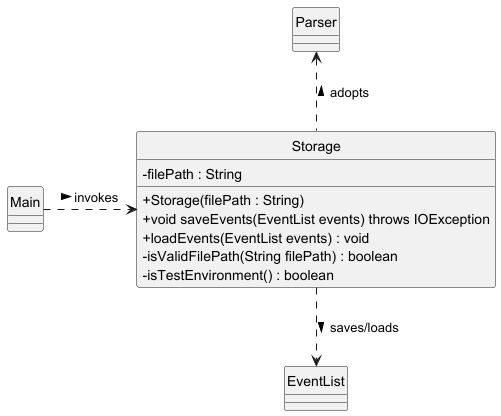
nus-cs2113-AY2425S1/tp keeps this PlantUML diagram as docs/images/StorageClassDiagram.png. Above is the earlier version.
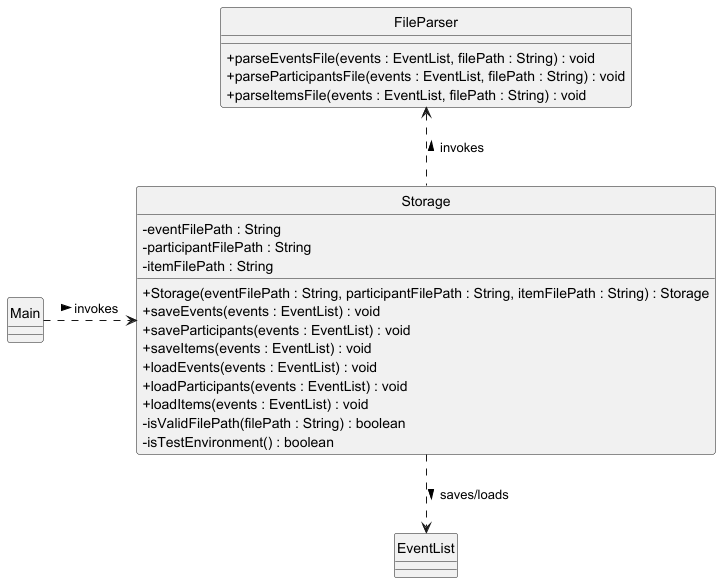
After the commit.

Diff of the diagram source:
```diff
@@ -3,23 +3,31 @@
 hide circle
 skinparam ClassAttributeIconSize 0
 
-allowmixing
-
-    class Storage {
-        - filePath : String
-        + Storage(filePath : String)
-        + void saveEvents(EventList events) throws IOException
-        + loadEvents(EventList events) : void
-        - isValidFilePath(String filePath) : boolean
+class Storage {
+        - eventFilePath : String
+        - participantFilePath : String
+        - itemFilePath : String
+        + Storage(eventFilePath : String, participantFilePath : String, itemFilePath : String) : Storage
+        + saveEvents(events : EventList) : void
+        + saveParticipants(events : EventList) : void
+        + saveItems(events : EventList) : void
+        + loadEvents(events : EventList) : void
+        + loadParticipants(events : EventList) : void
+        + loadItems(events : EventList) : void
+        - isValidFilePath(filePath : String) : boolean
         - isTestEnvironment() : boolean
-    }
+}
 
 class Main
 class EventList
-class Parser
+class FileParser {
+    +parseEventsFile(events : EventList, filePath : String) : void
+    +parseParticipantsFile(events : EventList, filePath : String) : void
+    +parseItemsFile(events : EventList, filePath : String) : void
+}
 
 Storage ..> EventList : saves/loads >
-Parser <.. Storage : < adopts
+FileParser <.. Storage : < invokes
 Main .> Storage : invokes >
 
 @enduml
```
